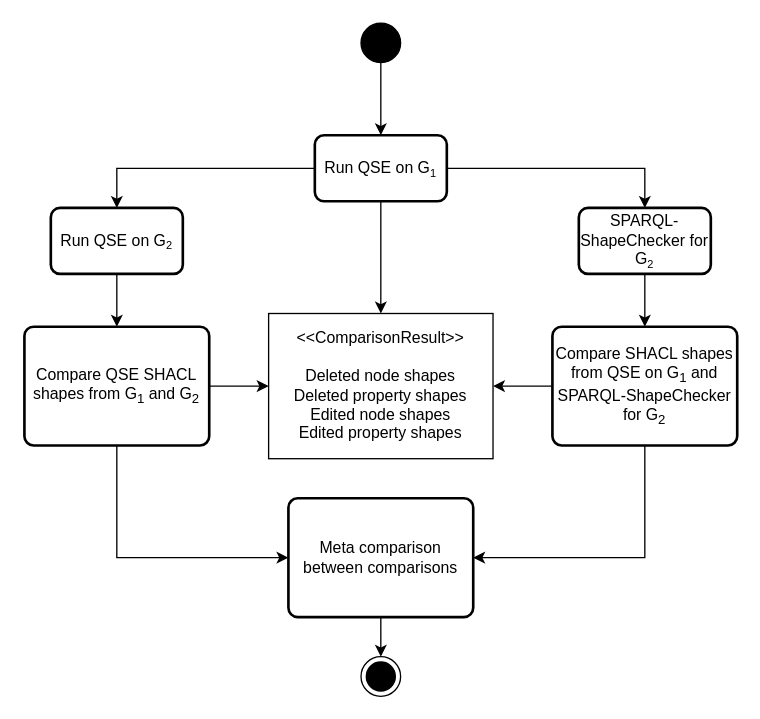
Eva0410/QseEvolvingKg keeps this draw.io diagram as page "Page-2" (2 of 2) of QseEvolvingKg/notes/Schreiben/Diagrams.drawio. Above is the earlier version. Source tidied: cells renumbered, new cells numbered last; positions are measured from the earlier drawing's top-left corner, leaving out a move shared by most shapes. Both pictures are drawn from the tidied source at 132%, with x=0, y=0 at pixel (24, 22).
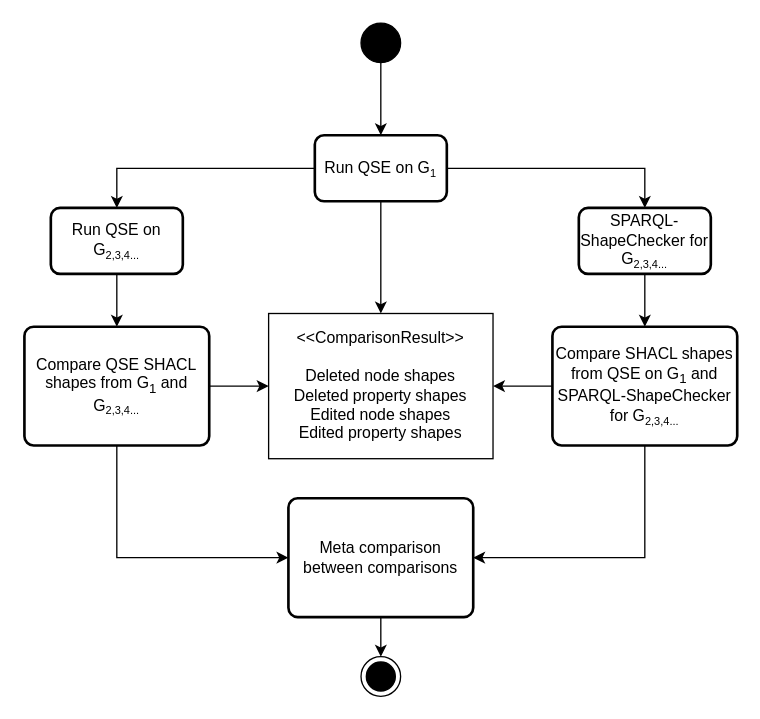
After the change.

What changed in the source:
```diff
@@
-    <mxCell id="8" value="Run QSE on G&lt;span style=&quot;font-size: 10px;&quot;&gt;&lt;sub&gt;2&lt;/sub&gt;&lt;/span&gt;" style="rounded=1;whiteSpace=wrap;html=1;absoluteArcSize=1;arcSize=14;strokeWidth=2;" parent="1" vertex="1">
+    <mxCell id="8" value="Run QSE on G&lt;span style=&quot;font-size: 10px;&quot;&gt;&lt;sub&gt;2,3,4...&lt;/sub&gt;&lt;/span&gt;" style="rounded=1;whiteSpace=wrap;html=1;absoluteArcSize=1;arcSize=14;strokeWidth=2;" parent="1" vertex="1">
       <mxGeometry x="20" y="140" width="100" height="50" as="geometry" />
     </mxCell>
@@
-    <mxCell id="10" value="Compare QSE SHACL shapes from G&lt;sub&gt;1&lt;/sub&gt;&amp;nbsp;and G&lt;sub&gt;2&lt;/sub&gt;" style="rounded=1;whiteSpace=wrap;html=1;absoluteArcSize=1;arcSize=14;strokeWidth=2;" parent="1" vertex="1">
+    <mxCell id="10" value="Compare QSE SHACL shapes from G&lt;sub&gt;1&lt;/sub&gt;&amp;nbsp;and G&lt;span style=&quot;font-size: 10px;&quot;&gt;&lt;sub&gt;2,3,4...&lt;/sub&gt;&lt;/span&gt;" style="rounded=1;whiteSpace=wrap;html=1;absoluteArcSize=1;arcSize=14;strokeWidth=2;" parent="1" vertex="1">
       <mxGeometry y="230" width="140" height="90" as="geometry" />
     </mxCell>
@@
-    <mxCell id="12" value="SPARQL-ShapeChecker for G&lt;span style=&quot;font-size: 10px;&quot;&gt;&lt;sub&gt;2&lt;/sub&gt;&lt;/span&gt;" style="rounded=1;whiteSpace=wrap;html=1;absoluteArcSize=1;arcSize=14;strokeWidth=2;" parent="1" vertex="1">
+    <mxCell id="12" value="SPARQL-ShapeChecker for G&lt;span style=&quot;font-size: 10px;&quot;&gt;&lt;sub&gt;2,3,4...&lt;/sub&gt;&lt;/span&gt;" style="rounded=1;whiteSpace=wrap;html=1;absoluteArcSize=1;arcSize=14;strokeWidth=2;" parent="1" vertex="1">
       <mxGeometry x="420" y="140" width="100" height="50" as="geometry" />
     </mxCell>
@@
-    <mxCell id="14" value="Compare SHACL shapes from QSE on G&lt;sub&gt;1&lt;/sub&gt;&amp;nbsp;and SPARQL-ShapeChecker for G&lt;sub&gt;2&lt;/sub&gt;" style="rounded=1;whiteSpace=wrap;html=1;absoluteArcSize=1;arcSize=14;strokeWidth=2;" parent="1" vertex="1">
+    <mxCell id="14" value="Compare SHACL shapes from QSE on G&lt;sub&gt;1&lt;/sub&gt;&amp;nbsp;and SPARQL-ShapeChecker for G&lt;span style=&quot;font-size: 10px;&quot;&gt;&lt;sub&gt;2,3,4...&lt;/sub&gt;&lt;/span&gt;" style="rounded=1;whiteSpace=wrap;html=1;absoluteArcSize=1;arcSize=14;strokeWidth=2;" parent="1" vertex="1">
       <mxGeometry x="400" y="230" width="140" height="90" as="geometry" />
     </mxCell>
```
